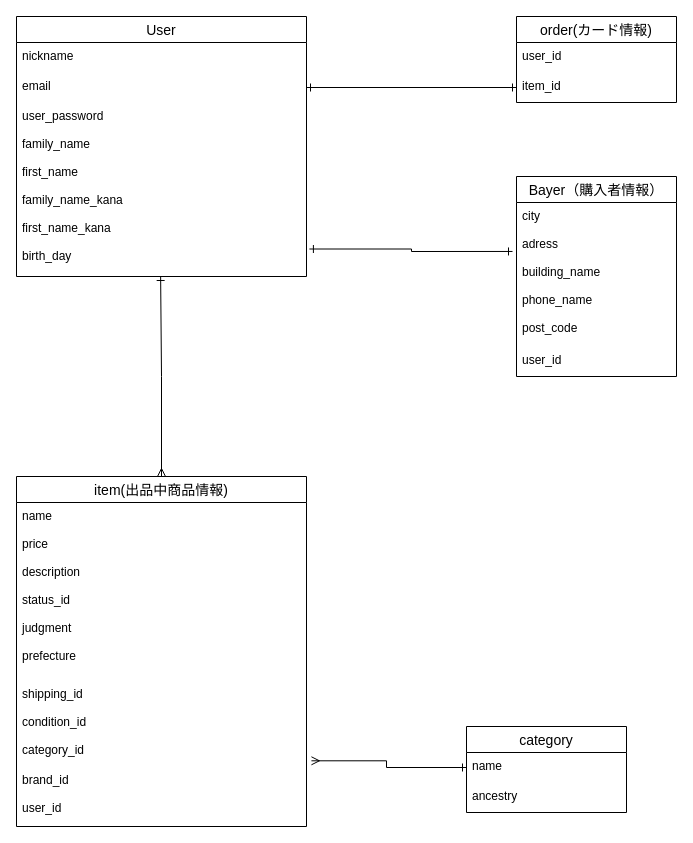
eita81601031/furima-35782 keeps this draw.io diagram as furima.dio. Above is the earlier version. Source tidied: cells renumbered, new cells numbered last; positions are measured from the earlier drawing's top-left corner, leaving out a move shared by most shapes. Both pictures are drawn from the tidied source at 100%, with x=0, y=0 at pixel (16, 16).
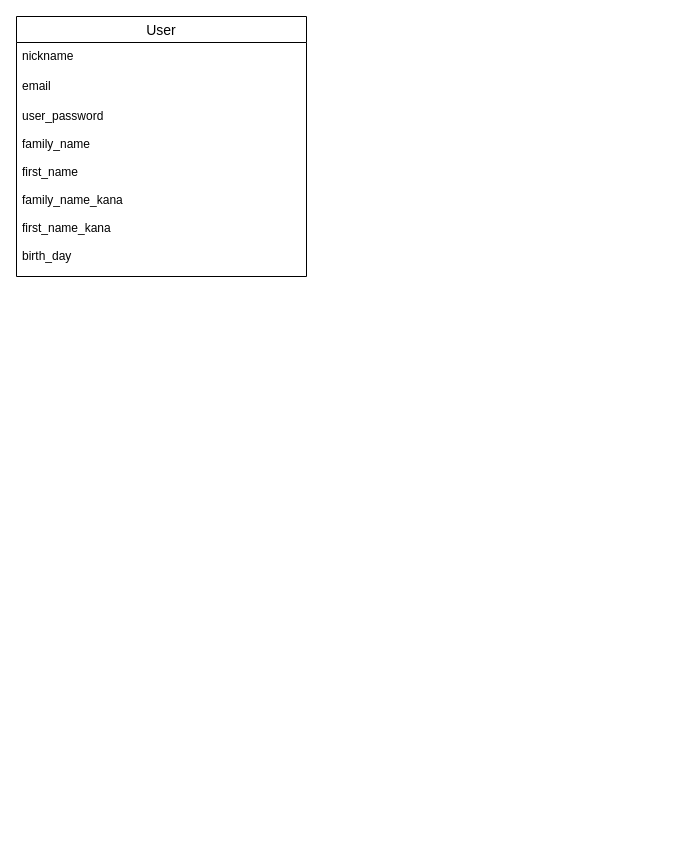
The same diagram, later.

Commit message (it also covers changes not shown here):
データベース（ユーザー情報）

Unchanged cells that the change refers to:
```xml
<mxCell id="4" value="email" style="text;strokeColor=none;fillColor=none;spacingLeft=4;spacingRight=4;overflow=hidden;points=[[0,0.5],[1,0.5]];portConstraint=eastwest;fontSize=12;" parent="2" vertex="1">
  <mxGeometry y="56" width="290" height="30" as="geometry" />
</mxCell>
<mxCell id="5" value="user_password&#10;&#10;family_name&#10;&#10;first_name&#10;&#10;family_name_kana&#10;&#10;first_name_kana&#10;&#10;birth_day&#10;&#10;" style="text;strokeColor=none;fillColor=none;spacingLeft=4;spacingRight=4;overflow=hidden;points=[[0,0.5],[1,0.5]];portConstraint=eastwest;fontSize=12;" parent="2" vertex="1">
  <mxGeometry y="86" width="290" height="174" as="geometry" />
</mxCell>
```

What changed in the source:
```diff
@@
-    <mxCell id="6" value="order(カード情報)" style="swimlane;fontStyle=0;horizontal=1;startSize=26;align=center;fontSize=14;" parent="1" vertex="1">
-      <mxGeometry x="500" width="160" height="86" as="geometry" />
-    </mxCell>
-    <mxCell id="7" value="user_id" style="text;strokeColor=none;fillColor=none;spacingLeft=4;spacingRight=4;overflow=hidden;fontSize=12;" parent="6" vertex="1">
-      <mxGeometry y="26" width="160" height="30" as="geometry" />
-    </mxCell>
-    <mxCell id="8" value="item_id" style="text;strokeColor=none;fillColor=none;spacingLeft=4;spacingRight=4;overflow=hidden;points=[[0,0.5],[1,0.5]];portConstraint=eastwest;fontSize=12;" parent="6" vertex="1">
-      <mxGeometry y="56" width="160" height="30" as="geometry" />
-    </mxCell>
-    <mxCell id="9" style="edgeStyle=orthogonalEdgeStyle;rounded=0;jettySize=auto;html=1;exitX=0;exitY=0.5;exitDx=0;exitDy=0;startArrow=ERone;startFill=0;entryX=1;entryY=0.5;entryDx=0;entryDy=0;endArrow=ERone;endFill=0;" parent="1" edge="1" source="8" target="4">
-      <mxGeometry relative="1" as="geometry" />
-    </mxCell>
-    <mxCell id="10" style="edgeStyle=orthogonalEdgeStyle;rounded=0;jettySize=auto;html=1;entryX=0.497;entryY=1;entryDx=0;entryDy=0;entryPerimeter=0;startArrow=ERmany;startFill=0;endArrow=ERone;endFill=0;" parent="1" edge="1" source="11" target="5">
-      <mxGeometry relative="1" as="geometry" />
-    </mxCell>
-    <mxCell id="11" value="item(出品中商品情報)" style="swimlane;fontStyle=0;horizontal=1;startSize=26;align=center;fontSize=14;swimlaneLine=1;" parent="1" vertex="1">
-      <mxGeometry y="460" width="290" height="350" as="geometry" />
-    </mxCell>
-    <mxCell id="12" value="name&#10;&#10;price&#10;&#10;description&#10;&#10;status_id&#10;&#10;judgment&#10;&#10;prefecture&#10;&#10;" style="text;strokeColor=none;fillColor=none;spacingLeft=4;spacingRight=4;overflow=hidden;fontSize=12;" parent="11" vertex="1">
-      <mxGeometry y="26" width="290" height="164" as="geometry" />
-    </mxCell>
-    <mxCell id="13" value="&#10;shipping_id&#10;&#10;condition_id&#10;&#10;category_id&#10;&#10;" style="text;strokeColor=none;fillColor=none;spacingLeft=4;spacingRight=4;overflow=hidden;points=[[0,0.5],[1,0.5]];portConstraint=eastwest;fontSize=12;" parent="11" vertex="1">
-      <mxGeometry y="190" width="290" height="100" as="geometry" />
-    </mxCell>
-    <mxCell id="14" value="brand_id&#10;&#10;user_id&#10;&#10;" style="text;strokeColor=none;fillColor=none;spacingLeft=4;spacingRight=4;overflow=hidden;fontSize=12;" parent="11" vertex="1">
-      <mxGeometry y="290" width="290" height="60" as="geometry" />
-    </mxCell>
-    <mxCell id="15" value="Bayer（購入者情報）" style="swimlane;fontStyle=0;horizontal=1;startSize=26;align=center;fontSize=14;" parent="1" vertex="1">
-      <mxGeometry x="500" y="160" width="160" height="200" as="geometry" />
-    </mxCell>
-    <mxCell id="16" value="city&#10;&#10;adress&#10;&#10;building_name&#10;&#10;phone_name&#10;&#10;post_code&#10;" style="text;strokeColor=none;fillColor=none;spacingLeft=4;spacingRight=4;overflow=hidden;points=[[0,0.5],[1,0.5]];portConstraint=eastwest;fontSize=12;" parent="15" vertex="1">
-      <mxGeometry y="26" width="160" height="144" as="geometry" />
-    </mxCell>
-    <mxCell id="17" value="user_id" style="text;strokeColor=none;fillColor=none;spacingLeft=4;spacingRight=4;overflow=hidden;fontSize=12;" parent="15" vertex="1">
-      <mxGeometry y="170" width="160" height="30" as="geometry" />
-    </mxCell>
-    <mxCell id="18" style="edgeStyle=orthogonalEdgeStyle;rounded=0;jettySize=auto;html=1;entryX=1.01;entryY=0.842;entryDx=0;entryDy=0;entryPerimeter=0;startArrow=ERone;startFill=0;endArrow=ERone;endFill=0;exitX=-0.025;exitY=0.34;exitDx=0;exitDy=0;exitPerimeter=0;" parent="1" edge="1" source="16" target="5">
-      <mxGeometry relative="1" as="geometry" />
-    </mxCell>
-    <mxCell id="19" value="category" style="swimlane;fontStyle=0;horizontal=1;startSize=26;align=center;fontSize=14;" parent="1" vertex="1">
-      <mxGeometry x="450" y="710" width="160" height="86" as="geometry" />
-    </mxCell>
-    <mxCell id="20" value="name" style="text;strokeColor=none;fillColor=none;spacingLeft=4;spacingRight=4;overflow=hidden;points=[[0,0.5],[1,0.5]];portConstraint=eastwest;fontSize=12;" parent="19" vertex="1">
-      <mxGeometry y="26" width="160" height="30" as="geometry" />
-    </mxCell>
-    <mxCell id="21" value="ancestry" style="text;strokeColor=none;fillColor=none;spacingLeft=4;spacingRight=4;overflow=hidden;fontSize=12;" parent="19" vertex="1">
-      <mxGeometry y="56" width="160" height="30" as="geometry" />
-    </mxCell>
-    <mxCell id="22" style="edgeStyle=orthogonalEdgeStyle;rounded=0;jettySize=auto;html=1;exitX=0;exitY=0.5;exitDx=0;exitDy=0;entryX=1.017;entryY=0.943;entryDx=0;entryDy=0;entryPerimeter=0;startArrow=ERone;startFill=0;endArrow=ERmany;endFill=0;" parent="1" edge="1" source="20" target="13">
-      <mxGeometry relative="1" as="geometry" />
-    </mxCell>
```
